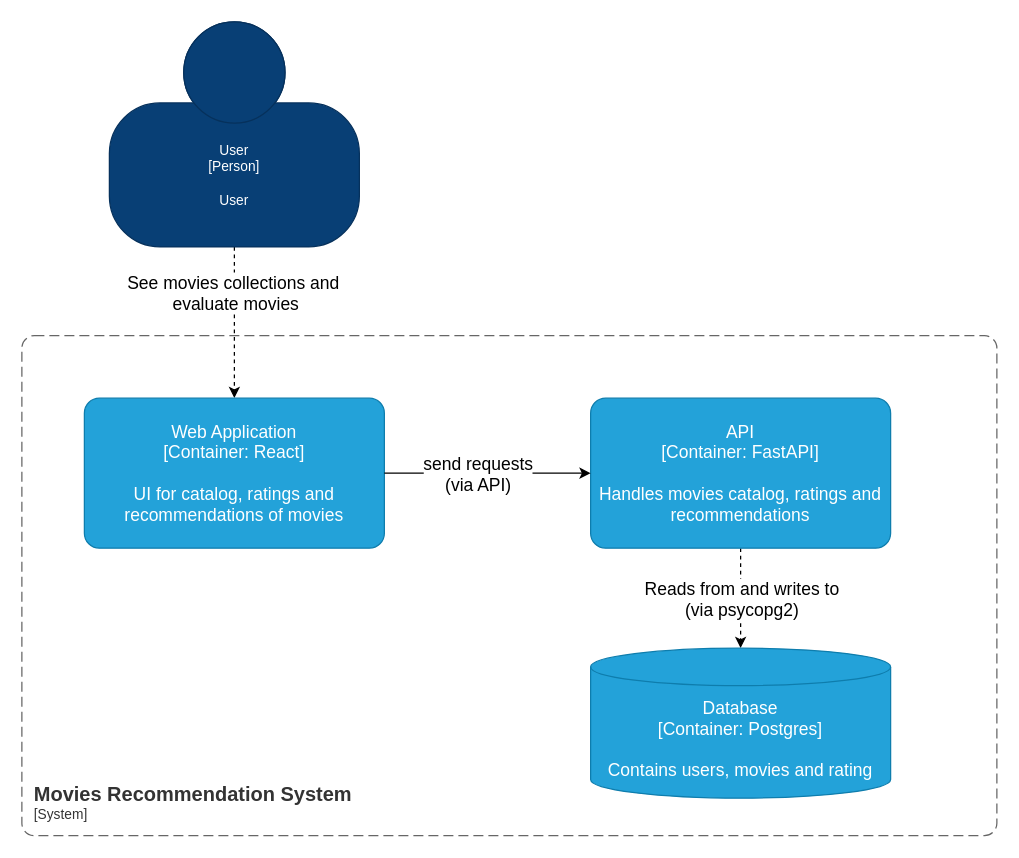
This is docs/ARCH/ContainerDiagramC4.drawio from SimaoBotas2/ads-projeto, a draw.io file, before an edit. Source tidied: cells renumbered, new cells numbered last; positions are measured from the earlier drawing's top-left corner, leaving out a move shared by most shapes. Both pictures are drawn from the tidied source at 125%, with x=0, y=0 at pixel (21, 21).
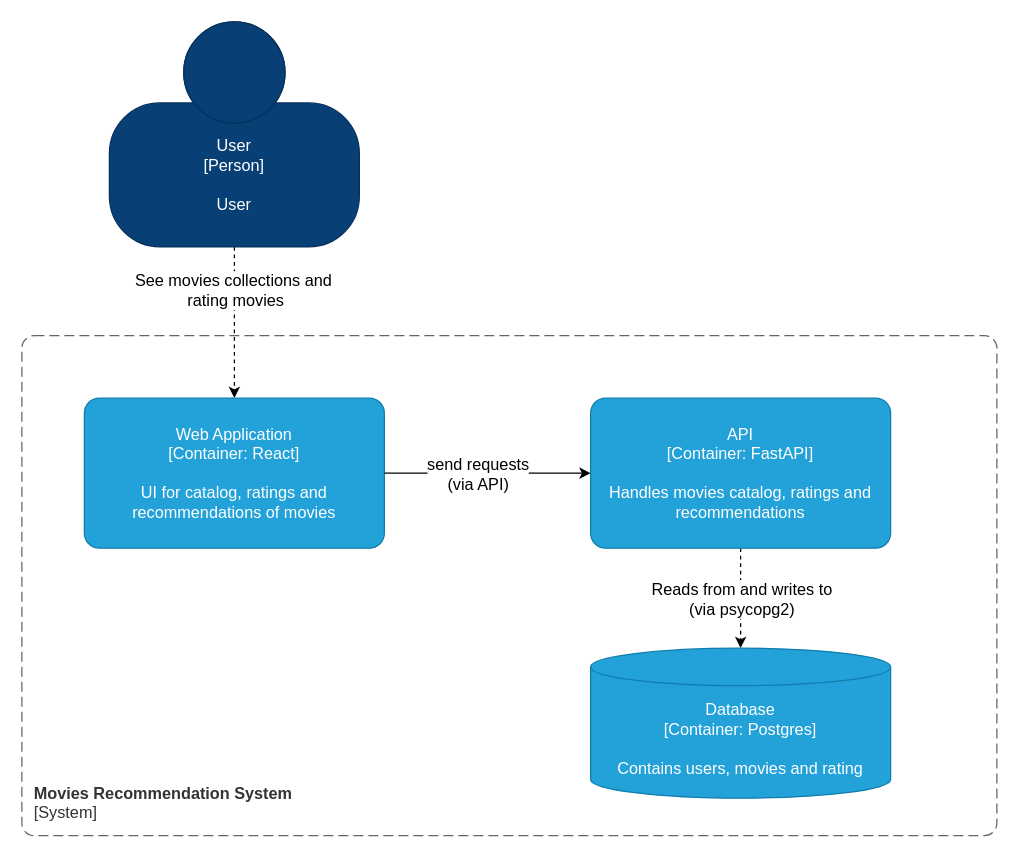
The same page after the edit.

Change to the diagram source:
```diff
@@
 <mxGraphModel>
   <root>
     <mxCell id="0" />
     <mxCell id="1" parent="0" />
-    <mxCell id="2" style="edgeStyle=none;html=1;dashed=1;entryX=0.5;entryY=0;entryDx=0;entryDy=0;entryPerimeter=0;" parent="1" edge="1" source="4" target="6">
+    <mxCell id="2" style="edgeStyle=none;html=1;dashed=1;entryX=0.5;entryY=0;entryDx=0;entryDy=0;entryPerimeter=0;fontSize=13;" parent="1" edge="1" source="4" target="6">
       <mxGeometry relative="1" as="geometry" />
     </mxCell>
-    <mxCell id="3" value="See movies collections and&amp;nbsp;&lt;div&gt;evaluate movies&lt;/div&gt;" style="edgeLabel;html=1;align=center;verticalAlign=middle;fontSize=14;" parent="2" vertex="1">
+    <mxCell id="3" value="See movies collections and&amp;nbsp;&lt;div&gt;rating movies&lt;/div&gt;" style="edgeLabel;html=1;align=center;verticalAlign=middle;fontSize=13;" parent="2" vertex="1">
       <mxGeometry x="-0.09" y="2" relative="1" as="geometry">
-        <mxPoint x="-2" y="-19" as="offset" />
+        <mxPoint x="-2" y="-21" as="offset" />
       </mxGeometry>
     </mxCell>
     <object id="4" label="%c4Name%&#10;[%c4Type%]&#10;&#10;%c4Description%" c4Description="User" c4Name="User" c4Type="Person" placeholders="1">
-      <mxCell style="fontSize=11;dashed=0;whiteSpace=wrap;fillColor=#083F75;strokeColor=#06315C;fontColor=#FFFFFF;shape=mxgraph.c4.person2;align=center;points=[[0.5,0,0],[1,0.5,0],[1,0.75,0],[0.75,1,0],[0.5,1,0],[0.25,1,0],[0,0.75,0],[0,0.5,0]];" parent="1" vertex="1">
+      <mxCell style="fontSize=13;dashed=0;whiteSpace=wrap;fillColor=#083F75;strokeColor=#06315C;fontColor=#FFFFFF;shape=mxgraph.c4.person2;align=center;points=[[0.5,0,0],[1,0.5,0],[1,0.75,0],[0.75,1,0],[0.5,1,0],[0.25,1,0],[0,0.75,0],[0,0.5,0]];" parent="1" vertex="1">
         <mxGeometry x="70" width="200" height="180" as="geometry" />
       </mxCell>
     </object>
-    <object id="5" label="&lt;font style=&quot;font-size: 16px&quot;&gt;&lt;b&gt;&lt;div style=&quot;text-align: left&quot;&gt;%c4Name%&lt;/div&gt;&lt;/b&gt;&lt;/font&gt;&lt;div style=&quot;text-align: left&quot;&gt;[%c4Application%]&lt;/div&gt;" c4Application="System" c4Name="Movies Recommendation System" placeholders="1">
-      <mxCell style="rounded=1;fontSize=11;whiteSpace=wrap;html=1;dashed=1;arcSize=20;fillColor=none;strokeColor=#666666;fontColor=#333333;labelBackgroundColor=none;align=left;verticalAlign=bottom;labelBorderColor=none;spacingTop=0;spacing=10;dashPattern=8 4;perimeter=rectanglePerimeter;noLabel=0;labelPadding=0;absoluteArcSize=1;" parent="1" vertex="1">
+    <object id="5" label="&lt;font&gt;&lt;b&gt;&lt;div style=&quot;text-align: left&quot;&gt;%c4Name%&lt;/div&gt;&lt;/b&gt;&lt;/font&gt;&lt;div style=&quot;text-align: left&quot;&gt;[%c4Application%]&lt;/div&gt;" c4Application="System" c4Name="Movies Recommendation System" placeholders="1">
+      <mxCell style="rounded=1;fontSize=13;whiteSpace=wrap;html=1;dashed=1;arcSize=20;fillColor=none;strokeColor=#666666;fontColor=#333333;labelBackgroundColor=none;align=left;verticalAlign=bottom;labelBorderColor=none;spacingTop=0;spacing=10;dashPattern=8 4;perimeter=rectanglePerimeter;noLabel=0;labelPadding=0;absoluteArcSize=1;" parent="1" vertex="1">
         <mxGeometry y="251" width="780" height="400" as="geometry" />
       </mxCell>
     </object>
     <object id="6" label="%c4Name%&#10;[%c4Type%: %c4Technology%]&#10;&#10;%c4Description%" c4Description="UI for catalog, ratings and recommendations of movies" c4Name="Web Application" c4Technology="React" c4Type="Container" placeholders="1">
-      <mxCell style="rounded=1;whiteSpace=wrap;fontSize=14;labelBackgroundColor=none;fillColor=#23A2D9;fontColor=#FFFFFF;align=center;arcSize=10;strokeColor=#0E7DAD;points=[[0.25,0,0],[0.5,0,0],[0.75,0,0],[1,0.25,0],[1,0.5,0],[1,0.75,0],[0.75,1,0],[0.5,1,0],[0.25,1,0],[0,0.75,0],[0,0.5,0],[0,0.25,0]];fontStyle=0;" parent="1" vertex="1">
+      <mxCell style="rounded=1;whiteSpace=wrap;fontSize=13;labelBackgroundColor=none;fillColor=#23A2D9;fontColor=#FFFFFF;align=center;arcSize=10;strokeColor=#0E7DAD;points=[[0.25,0,0],[0.5,0,0],[0.75,0,0],[1,0.25,0],[1,0.5,0],[1,0.75,0],[0.75,1,0],[0.5,1,0],[0.25,1,0],[0,0.75,0],[0,0.5,0],[0,0.25,0]];fontStyle=0;" parent="1" vertex="1">
         <mxGeometry x="50" y="301" width="240" height="120" as="geometry" />
       </mxCell>
     </object>
-    <mxCell id="7" style="edgeStyle=none;html=1;dashed=1;" parent="1" edge="1" source="8" target="9">
+    <mxCell id="7" style="edgeStyle=none;html=1;dashed=1;fontSize=13;" parent="1" edge="1" source="8" target="9">
       <mxGeometry relative="1" as="geometry" />
     </mxCell>
     <object id="8" label="%c4Name%&#10;[%c4Type%: %c4Technology%]&#10;&#10;%c4Description%" c4Description="Handles movies catalog, ratings and recommendations" c4Name="API" c4Technology="FastAPI" c4Type="Container" placeholders="1">
-      <mxCell style="rounded=1;whiteSpace=wrap;fontSize=14;labelBackgroundColor=none;fillColor=#23A2D9;fontColor=#FFFFFF;align=center;arcSize=10;strokeColor=#0E7DAD;points=[[0.25,0,0],[0.5,0,0],[0.75,0,0],[1,0.25,0],[1,0.5,0],[1,0.75,0],[0.75,1,0],[0.5,1,0],[0.25,1,0],[0,0.75,0],[0,0.5,0],[0,0.25,0]];fontStyle=0;" parent="1" vertex="1">
+      <mxCell style="rounded=1;whiteSpace=wrap;fontSize=13;labelBackgroundColor=none;fillColor=#23A2D9;fontColor=#FFFFFF;align=center;arcSize=10;strokeColor=#0E7DAD;points=[[0.25,0,0],[0.5,0,0],[0.75,0,0],[1,0.25,0],[1,0.5,0],[1,0.75,0],[0.75,1,0],[0.5,1,0],[0.25,1,0],[0,0.75,0],[0,0.5,0],[0,0.25,0]];fontStyle=0;" parent="1" vertex="1">
         <mxGeometry x="455" y="301" width="240" height="120" as="geometry" />
       </mxCell>
     </object>
     <object id="9" label="%c4Name%&#10;[%c4Type%: %c4Technology%]&#10;&#10;%c4Description%" c4Description="Contains users, movies and rating" c4Name="Database" c4Technology="Postgres" c4Type="Container" placeholders="1">
-      <mxCell style="shape=cylinder3;size=15;whiteSpace=wrap;boundedLbl=1;rounded=0;labelBackgroundColor=none;fillColor=#23A2D9;fontSize=14;fontColor=#FFFFFF;align=center;strokeColor=#0E7DAD;points=[[0.5,0,0],[1,0.25,0],[1,0.5,0],[1,0.75,0],[0.5,1,0],[0,0.75,0],[0,0.5,0],[0,0.25,0]];" parent="1" vertex="1">
+      <mxCell style="shape=cylinder3;size=15;whiteSpace=wrap;boundedLbl=1;rounded=0;labelBackgroundColor=none;fillColor=#23A2D9;fontSize=13;fontColor=#FFFFFF;align=center;strokeColor=#0E7DAD;points=[[0.5,0,0],[1,0.25,0],[1,0.5,0],[1,0.75,0],[0.5,1,0],[0,0.75,0],[0,0.5,0],[0,0.25,0]];" parent="1" vertex="1">
         <mxGeometry x="455" y="501" width="240" height="120" as="geometry" />
       </mxCell>
     </object>
-    <mxCell id="10" style="edgeStyle=none;html=1;entryX=0;entryY=0.5;entryDx=0;entryDy=0;entryPerimeter=0;" parent="1" edge="1" source="6" target="8">
+    <mxCell id="10" style="edgeStyle=none;html=1;entryX=0;entryY=0.5;entryDx=0;entryDy=0;entryPerimeter=0;fontSize=13;" parent="1" edge="1" source="6" target="8">
       <mxGeometry relative="1" as="geometry" />
     </mxCell>
-    <mxCell id="11" value="send requests&lt;div&gt;(via API)&lt;/div&gt;" style="edgeLabel;html=1;align=center;verticalAlign=middle;fontSize=14;" parent="10" vertex="1">
+    <mxCell id="11" value="send requests&lt;div&gt;(via API)&lt;/div&gt;" style="edgeLabel;html=1;align=center;verticalAlign=middle;fontSize=13;" parent="10" vertex="1">
       <mxGeometry x="-0.1" y="1" relative="1" as="geometry">
         <mxPoint y="1" as="offset" />
       </mxGeometry>
     </mxCell>
-    <mxCell id="12" value="Reads from and writes to&lt;div&gt;(via psycopg2)&lt;/div&gt;" style="edgeLabel;html=1;align=center;verticalAlign=middle;fontSize=14;" parent="1" vertex="1">
+    <mxCell id="12" value="Reads from and writes to&lt;div&gt;(via psycopg2)&lt;/div&gt;" style="edgeLabel;html=1;align=center;verticalAlign=middle;fontSize=13;" parent="1" vertex="1">
       <mxGeometry x="575" y="461" as="geometry" />
     </mxCell>
   </root>
 </mxGraphModel>
```
